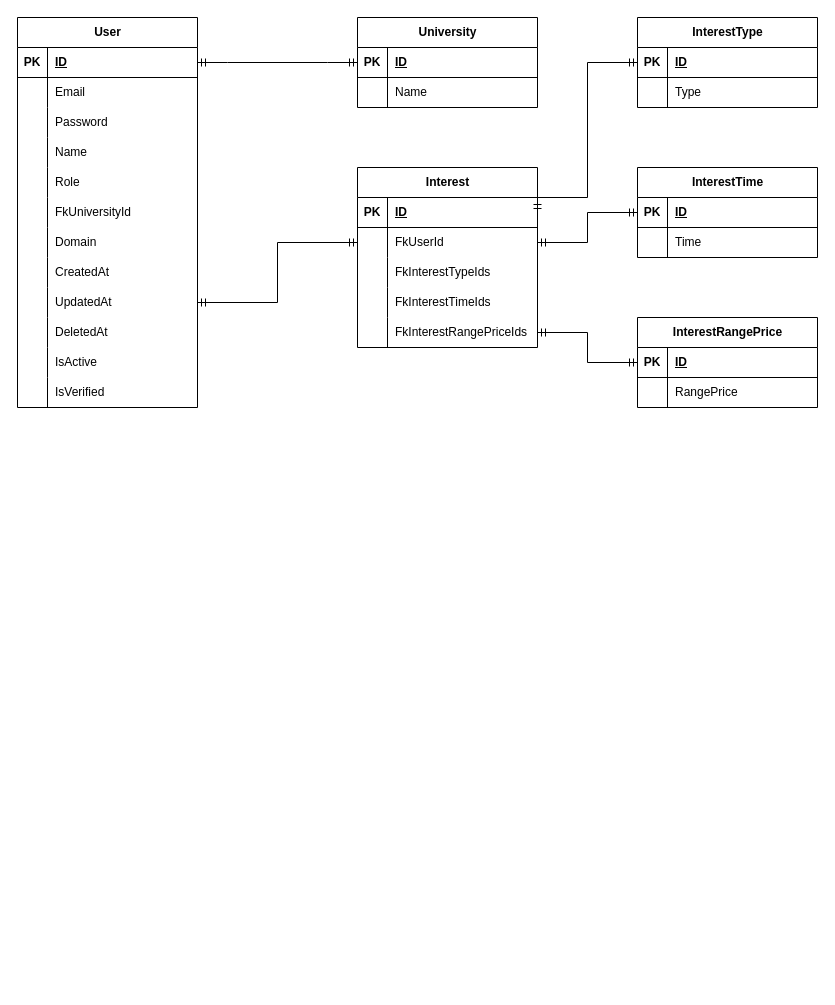
The draw.io diagram compedia.drawio in centwong/Compedia-BE, before the edit. Source tidied: cells renumbered, new cells numbered last; positions are measured from the earlier drawing's top-left corner, leaving out a move shared by most shapes. Both pictures are drawn from the tidied source at 100%, with x=0, y=0 at pixel (17, 17).
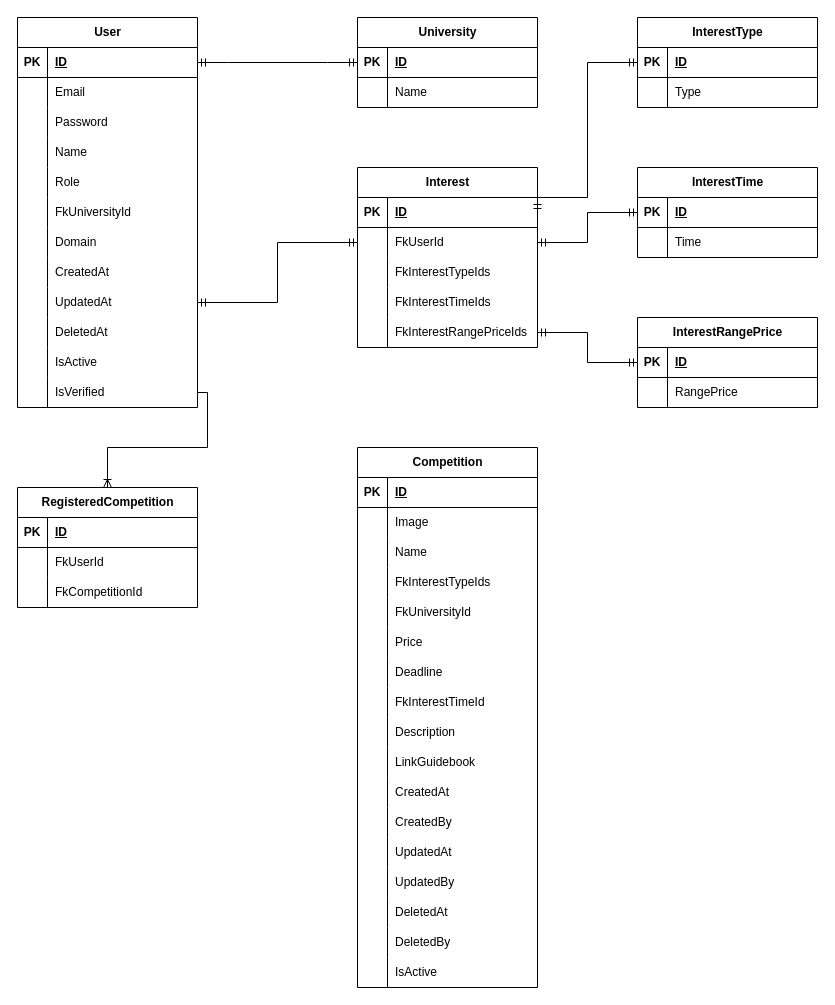
Above is the later version.

The change refers to these unchanged cells:
```xml
<mxCell id="43" style="shape=tableRow;horizontal=0;startSize=0;swimlaneHead=0;swimlaneBody=0;fillColor=none;points=[[0,0.5],[1,0.5]];portConstraint=eastwest;top=0;left=0;right=0;bottom=0;" parent="9" vertex="1">
  <mxGeometry y="360" width="180" height="30" as="geometry" />
</mxCell>
```

Diff of the diagram source:
```diff
@@
+    <mxCell id="88" value="Competition" style="shape=table;startSize=30;childLayout=tableLayout;rowLines=0;fontStyle=1;align=center;html=1;" parent="1" vertex="1">
+      <mxGeometry x="340" y="430" width="180" height="540" as="geometry" />
+    </mxCell>
+    <mxCell id="89" style="shape=tableRow;horizontal=0;startSize=0;swimlaneHead=0;swimlaneBody=0;fillColor=none;top=0;left=0;right=0;bottom=1;" parent="88" vertex="1">
+      <mxGeometry y="30" width="180" height="30" as="geometry" />
+    </mxCell>
+    <mxCell id="90" value="PK" style="shape=partialRectangle;fillColor=none;top=0;left=0;bottom=0;right=0;fontStyle=1;overflow=hidden;whiteSpace=wrap;html=1;" parent="89" vertex="1">
+      <mxGeometry width="30" height="30" as="geometry" />
+    </mxCell>
+    <mxCell id="91" value="ID" style="shape=partialRectangle;fillColor=none;top=0;left=0;bottom=0;right=0;align=left;spacingLeft=6;fontStyle=5;overflow=hidden;whiteSpace=wrap;html=1;" parent="89" vertex="1">
+      <mxGeometry x="30" width="150" height="30" as="geometry" />
+    </mxCell>
+    <mxCell id="92" style="shape=tableRow;horizontal=0;startSize=0;swimlaneHead=0;swimlaneBody=0;fillColor=none;top=0;left=0;right=0;bottom=0;" parent="88" vertex="1">
+      <mxGeometry y="60" width="180" height="30" as="geometry" />
+    </mxCell>
+    <mxCell id="93" style="shape=partialRectangle;fillColor=none;top=0;left=0;bottom=0;right=0;overflow=hidden;whiteSpace=wrap;html=1;" parent="92" vertex="1">
+      <mxGeometry width="30" height="30" as="geometry" />
+    </mxCell>
+    <mxCell id="94" value="Image" style="shape=partialRectangle;fillColor=none;top=0;left=0;bottom=0;right=0;align=left;spacingLeft=6;overflow=hidden;whiteSpace=wrap;html=1;" parent="92" vertex="1">
+      <mxGeometry x="30" width="150" height="30" as="geometry" />
+    </mxCell>
+    <mxCell id="95" style="shape=tableRow;horizontal=0;startSize=0;swimlaneHead=0;swimlaneBody=0;fillColor=none;top=0;left=0;right=0;bottom=0;" parent="88" vertex="1">
+      <mxGeometry y="90" width="180" height="30" as="geometry" />
+    </mxCell>
+    <mxCell id="96" style="shape=partialRectangle;fillColor=none;top=0;left=0;bottom=0;right=0;overflow=hidden;whiteSpace=wrap;html=1;" parent="95" vertex="1">
+      <mxGeometry width="30" height="30" as="geometry" />
+    </mxCell>
+    <mxCell id="97" value="Name" style="shape=partialRectangle;fillColor=none;top=0;left=0;bottom=0;right=0;align=left;spacingLeft=6;overflow=hidden;whiteSpace=wrap;html=1;" parent="95" vertex="1">
+      <mxGeometry x="30" width="150" height="30" as="geometry" />
+    </mxCell>
+    <mxCell id="98" style="shape=tableRow;horizontal=0;startSize=0;swimlaneHead=0;swimlaneBody=0;fillColor=none;top=0;left=0;right=0;bottom=0;" parent="88" vertex="1">
+      <mxGeometry y="120" width="180" height="30" as="geometry" />
+    </mxCell>
+    <mxCell id="99" style="shape=partialRectangle;fillColor=none;top=0;left=0;bottom=0;right=0;overflow=hidden;whiteSpace=wrap;html=1;" parent="98" vertex="1">
+      <mxGeometry width="30" height="30" as="geometry" />
+    </mxCell>
+    <mxCell id="100" value="FkInterestTypeIds" style="shape=partialRectangle;fillColor=none;top=0;left=0;bottom=0;right=0;align=left;spacingLeft=6;overflow=hidden;whiteSpace=wrap;html=1;" parent="98" vertex="1">
+      <mxGeometry x="30" width="150" height="30" as="geometry" />
+    </mxCell>
+    <mxCell id="101" style="shape=tableRow;horizontal=0;startSize=0;swimlaneHead=0;swimlaneBody=0;fillColor=none;top=0;left=0;right=0;bottom=0;" parent="88" vertex="1">
+      <mxGeometry y="150" width="180" height="30" as="geometry" />
+    </mxCell>
+    <mxCell id="102" style="shape=partialRectangle;fillColor=none;top=0;left=0;bottom=0;right=0;overflow=hidden;whiteSpace=wrap;html=1;" parent="101" vertex="1">
+      <mxGeometry width="30" height="30" as="geometry" />
+    </mxCell>
+    <mxCell id="103" value="FkUniversityId" style="shape=partialRectangle;fillColor=none;top=0;left=0;bottom=0;right=0;align=left;spacingLeft=6;overflow=hidden;whiteSpace=wrap;html=1;" parent="101" vertex="1">
+      <mxGeometry x="30" width="150" height="30" as="geometry" />
+    </mxCell>
+    <mxCell id="104" style="shape=tableRow;horizontal=0;startSize=0;swimlaneHead=0;swimlaneBody=0;fillColor=none;top=0;left=0;right=0;bottom=0;" parent="88" vertex="1">
+      <mxGeometry y="180" width="180" height="30" as="geometry" />
+    </mxCell>
+    <mxCell id="105" style="shape=partialRectangle;fillColor=none;top=0;left=0;bottom=0;right=0;overflow=hidden;whiteSpace=wrap;html=1;" parent="104" vertex="1">
+      <mxGeometry width="30" height="30" as="geometry" />
+    </mxCell>
+    <mxCell id="106" value="Price" style="shape=partialRectangle;fillColor=none;top=0;left=0;bottom=0;right=0;align=left;spacingLeft=6;overflow=hidden;whiteSpace=wrap;html=1;" parent="104" vertex="1">
+      <mxGeometry x="30" width="150" height="30" as="geometry" />
+    </mxCell>
+    <mxCell id="107" style="shape=tableRow;horizontal=0;startSize=0;swimlaneHead=0;swimlaneBody=0;fillColor=none;top=0;left=0;right=0;bottom=0;" parent="88" vertex="1">
+      <mxGeometry y="210" width="180" height="30" as="geometry" />
+    </mxCell>
+    <mxCell id="108" style="shape=partialRectangle;fillColor=none;top=0;left=0;bottom=0;right=0;overflow=hidden;whiteSpace=wrap;html=1;" parent="107" vertex="1">
+      <mxGeometry width="30" height="30" as="geometry" />
+    </mxCell>
+    <mxCell id="109" value="Deadline" style="shape=partialRectangle;fillColor=none;top=0;left=0;bottom=0;right=0;align=left;spacingLeft=6;overflow=hidden;whiteSpace=wrap;html=1;" parent="107" vertex="1">
+      <mxGeometry x="30" width="150" height="30" as="geometry" />
+    </mxCell>
+    <mxCell id="110" style="shape=tableRow;horizontal=0;startSize=0;swimlaneHead=0;swimlaneBody=0;fillColor=none;top=0;left=0;right=0;bottom=0;" parent="88" vertex="1">
+      <mxGeometry y="240" width="180" height="30" as="geometry" />
+    </mxCell>
+    <mxCell id="111" style="shape=partialRectangle;fillColor=none;top=0;left=0;bottom=0;right=0;overflow=hidden;whiteSpace=wrap;html=1;" parent="110" vertex="1">
+      <mxGeometry width="30" height="30" as="geometry" />
+    </mxCell>
+    <mxCell id="112" value="FkInterestTimeId" style="shape=partialRectangle;fillColor=none;top=0;left=0;bottom=0;right=0;align=left;spacingLeft=6;overflow=hidden;whiteSpace=wrap;html=1;" parent="110" vertex="1">
+      <mxGeometry x="30" width="150" height="30" as="geometry" />
+    </mxCell>
+    <mxCell id="113" style="shape=tableRow;horizontal=0;startSize=0;swimlaneHead=0;swimlaneBody=0;fillColor=none;top=0;left=0;right=0;bottom=0;" parent="88" vertex="1">
+      <mxGeometry y="270" width="180" height="30" as="geometry" />
+    </mxCell>
+    <mxCell id="114" style="shape=partialRectangle;fillColor=none;top=0;left=0;bottom=0;right=0;overflow=hidden;whiteSpace=wrap;html=1;" parent="113" vertex="1">
+      <mxGeometry width="30" height="30" as="geometry" />
+    </mxCell>
+    <mxCell id="115" value="Description" style="shape=partialRectangle;fillColor=none;top=0;left=0;bottom=0;right=0;align=left;spacingLeft=6;overflow=hidden;whiteSpace=wrap;html=1;" parent="113" vertex="1">
+      <mxGeometry x="30" width="150" height="30" as="geometry" />
+    </mxCell>
+    <mxCell id="116" style="shape=tableRow;horizontal=0;startSize=0;swimlaneHead=0;swimlaneBody=0;fillColor=none;top=0;left=0;right=0;bottom=0;" parent="88" vertex="1">
+      <mxGeometry y="300" width="180" height="30" as="geometry" />
+    </mxCell>
+    <mxCell id="117" style="shape=partialRectangle;fillColor=none;top=0;left=0;bottom=0;right=0;overflow=hidden;whiteSpace=wrap;html=1;" parent="116" vertex="1">
+      <mxGeometry width="30" height="30" as="geometry" />
+    </mxCell>
+    <mxCell id="118" value="LinkGuidebook" style="shape=partialRectangle;fillColor=none;top=0;left=0;bottom=0;right=0;align=left;spacingLeft=6;overflow=hidden;whiteSpace=wrap;html=1;" parent="116" vertex="1">
+      <mxGeometry x="30" width="150" height="30" as="geometry" />
+    </mxCell>
+    <mxCell id="119" style="shape=tableRow;horizontal=0;startSize=0;swimlaneHead=0;swimlaneBody=0;fillColor=none;top=0;left=0;right=0;bottom=0;" parent="88" vertex="1">
+      <mxGeometry y="330" width="180" height="30" as="geometry" />
+    </mxCell>
+    <mxCell id="120" style="shape=partialRectangle;fillColor=none;top=0;left=0;bottom=0;right=0;overflow=hidden;whiteSpace=wrap;html=1;" parent="119" vertex="1">
+      <mxGeometry width="30" height="30" as="geometry" />
+    </mxCell>
+    <mxCell id="121" value="CreatedAt" style="shape=partialRectangle;fillColor=none;top=0;left=0;bottom=0;right=0;align=left;spacingLeft=6;overflow=hidden;whiteSpace=wrap;html=1;" parent="119" vertex="1">
+      <mxGeometry x="30" width="150" height="30" as="geometry" />
+    </mxCell>
+    <mxCell id="122" style="shape=tableRow;horizontal=0;startSize=0;swimlaneHead=0;swimlaneBody=0;fillColor=none;top=0;left=0;right=0;bottom=0;" parent="88" vertex="1">
+      <mxGeometry y="360" width="180" height="30" as="geometry" />
+    </mxCell>
+    <mxCell id="123" style="shape=partialRectangle;fillColor=none;top=0;left=0;bottom=0;right=0;overflow=hidden;whiteSpace=wrap;html=1;" parent="122" vertex="1">
+      <mxGeometry width="30" height="30" as="geometry" />
+    </mxCell>
+    <mxCell id="124" value="CreatedBy" style="shape=partialRectangle;fillColor=none;top=0;left=0;bottom=0;right=0;align=left;spacingLeft=6;overflow=hidden;whiteSpace=wrap;html=1;" parent="122" vertex="1">
+      <mxGeometry x="30" width="150" height="30" as="geometry" />
+    </mxCell>
+    <mxCell id="125" style="shape=tableRow;horizontal=0;startSize=0;swimlaneHead=0;swimlaneBody=0;fillColor=none;top=0;left=0;right=0;bottom=0;" parent="88" vertex="1">
+      <mxGeometry y="390" width="180" height="30" as="geometry" />
+    </mxCell>
+    <mxCell id="126" style="shape=partialRectangle;fillColor=none;top=0;left=0;bottom=0;right=0;overflow=hidden;whiteSpace=wrap;html=1;" parent="125" vertex="1">
+      <mxGeometry width="30" height="30" as="geometry" />
+    </mxCell>
+    <mxCell id="127" value="UpdatedAt" style="shape=partialRectangle;fillColor=none;top=0;left=0;bottom=0;right=0;align=left;spacingLeft=6;overflow=hidden;whiteSpace=wrap;html=1;" parent="125" vertex="1">
+      <mxGeometry x="30" width="150" height="30" as="geometry" />
+    </mxCell>
+    <mxCell id="128" style="shape=tableRow;horizontal=0;startSize=0;swimlaneHead=0;swimlaneBody=0;fillColor=none;top=0;left=0;right=0;bottom=0;" parent="88" vertex="1">
+      <mxGeometry y="420" width="180" height="30" as="geometry" />
+    </mxCell>
+    <mxCell id="129" style="shape=partialRectangle;fillColor=none;top=0;left=0;bottom=0;right=0;overflow=hidden;whiteSpace=wrap;html=1;" parent="128" vertex="1">
+      <mxGeometry width="30" height="30" as="geometry" />
+    </mxCell>
+    <mxCell id="130" value="UpdatedBy" style="shape=partialRectangle;fillColor=none;top=0;left=0;bottom=0;right=0;align=left;spacingLeft=6;overflow=hidden;whiteSpace=wrap;html=1;" parent="128" vertex="1">
+      <mxGeometry x="30" width="150" height="30" as="geometry" />
+    </mxCell>
+    <mxCell id="131" style="shape=tableRow;horizontal=0;startSize=0;swimlaneHead=0;swimlaneBody=0;fillColor=none;top=0;left=0;right=0;bottom=0;" parent="88" vertex="1">
+      <mxGeometry y="450" width="180" height="30" as="geometry" />
+    </mxCell>
+    <mxCell id="132" style="shape=partialRectangle;fillColor=none;top=0;left=0;bottom=0;right=0;overflow=hidden;whiteSpace=wrap;html=1;" parent="131" vertex="1">
+      <mxGeometry width="30" height="30" as="geometry" />
+    </mxCell>
+    <mxCell id="133" value="DeletedAt" style="shape=partialRectangle;fillColor=none;top=0;left=0;bottom=0;right=0;align=left;spacingLeft=6;overflow=hidden;whiteSpace=wrap;html=1;" parent="131" vertex="1">
+      <mxGeometry x="30" width="150" height="30" as="geometry" />
+    </mxCell>
+    <mxCell id="134" style="shape=tableRow;horizontal=0;startSize=0;swimlaneHead=0;swimlaneBody=0;fillColor=none;top=0;left=0;right=0;bottom=0;" parent="88" vertex="1">
+      <mxGeometry y="480" width="180" height="30" as="geometry" />
+    </mxCell>
+    <mxCell id="135" style="shape=partialRectangle;fillColor=none;top=0;left=0;bottom=0;right=0;overflow=hidden;whiteSpace=wrap;html=1;" parent="134" vertex="1">
+      <mxGeometry width="30" height="30" as="geometry" />
+    </mxCell>
+    <mxCell id="136" value="DeletedBy" style="shape=partialRectangle;fillColor=none;top=0;left=0;bottom=0;right=0;align=left;spacingLeft=6;overflow=hidden;whiteSpace=wrap;html=1;" parent="134" vertex="1">
+      <mxGeometry x="30" width="150" height="30" as="geometry" />
+    </mxCell>
+    <mxCell id="137" style="shape=tableRow;horizontal=0;startSize=0;swimlaneHead=0;swimlaneBody=0;fillColor=none;top=0;left=0;right=0;bottom=0;" parent="88" vertex="1">
+      <mxGeometry y="510" width="180" height="30" as="geometry" />
+    </mxCell>
+    <mxCell id="138" style="shape=partialRectangle;fillColor=none;top=0;left=0;bottom=0;right=0;overflow=hidden;whiteSpace=wrap;html=1;" parent="137" vertex="1">
+      <mxGeometry width="30" height="30" as="geometry" />
+    </mxCell>
+    <mxCell id="139" value="IsActive" style="shape=partialRectangle;fillColor=none;top=0;left=0;bottom=0;right=0;align=left;spacingLeft=6;overflow=hidden;whiteSpace=wrap;html=1;" parent="137" vertex="1">
+      <mxGeometry x="30" width="150" height="30" as="geometry" />
+    </mxCell>
+    <mxCell id="140" value="RegisteredCompetition" style="shape=table;startSize=30;childLayout=tableLayout;rowLines=0;fontStyle=1;align=center;html=1;" parent="1" vertex="1">
+      <mxGeometry y="470" width="180" height="120" as="geometry" />
+    </mxCell>
+    <mxCell id="141" style="shape=tableRow;horizontal=0;startSize=0;swimlaneHead=0;swimlaneBody=0;fillColor=none;top=0;left=0;right=0;bottom=1;" parent="140" vertex="1">
+      <mxGeometry y="30" width="180" height="30" as="geometry" />
+    </mxCell>
+    <mxCell id="142" value="PK" style="shape=partialRectangle;fillColor=none;top=0;left=0;bottom=0;right=0;fontStyle=1;overflow=hidden;whiteSpace=wrap;html=1;" parent="141" vertex="1">
+      <mxGeometry width="30" height="30" as="geometry" />
+    </mxCell>
+    <mxCell id="143" value="ID" style="shape=partialRectangle;fillColor=none;top=0;left=0;bottom=0;right=0;align=left;spacingLeft=6;fontStyle=5;overflow=hidden;whiteSpace=wrap;html=1;" parent="141" vertex="1">
+      <mxGeometry x="30" width="150" height="30" as="geometry" />
+    </mxCell>
+    <mxCell id="144" style="shape=tableRow;horizontal=0;startSize=0;swimlaneHead=0;swimlaneBody=0;fillColor=none;top=0;left=0;right=0;bottom=0;" parent="140" vertex="1">
+      <mxGeometry y="60" width="180" height="30" as="geometry" />
+    </mxCell>
+    <mxCell id="145" style="shape=partialRectangle;fillColor=none;top=0;left=0;bottom=0;right=0;overflow=hidden;whiteSpace=wrap;html=1;" parent="144" vertex="1">
+      <mxGeometry width="30" height="30" as="geometry" />
+    </mxCell>
+    <mxCell id="146" value="FkUserId" style="shape=partialRectangle;fillColor=none;top=0;left=0;bottom=0;right=0;align=left;spacingLeft=6;overflow=hidden;whiteSpace=wrap;html=1;" parent="144" vertex="1">
+      <mxGeometry x="30" width="150" height="30" as="geometry" />
+    </mxCell>
+    <mxCell id="147" style="shape=tableRow;horizontal=0;startSize=0;swimlaneHead=0;swimlaneBody=0;fillColor=none;top=0;left=0;right=0;bottom=0;" parent="140" vertex="1">
+      <mxGeometry y="90" width="180" height="30" as="geometry" />
+    </mxCell>
+    <mxCell id="148" style="shape=partialRectangle;fillColor=none;top=0;left=0;bottom=0;right=0;overflow=hidden;whiteSpace=wrap;html=1;" parent="147" vertex="1">
+      <mxGeometry width="30" height="30" as="geometry" />
+    </mxCell>
+    <mxCell id="149" value="FkCompetitionId" style="shape=partialRectangle;fillColor=none;top=0;left=0;bottom=0;right=0;align=left;spacingLeft=6;overflow=hidden;whiteSpace=wrap;html=1;" parent="147" vertex="1">
+      <mxGeometry x="30" width="150" height="30" as="geometry" />
+    </mxCell>
+    <mxCell id="150" style="edgeStyle=orthogonalEdgeStyle;fontSize=12;html=1;endArrow=ERoneToMany;rounded=0;exitX=1;exitY=0.5;exitDx=0;exitDy=0;entryX=0.5;entryY=0;entryDx=0;entryDy=0;" parent="1" edge="1" source="43" target="140">
+      <mxGeometry relative="1" as="geometry" />
+    </mxCell>
```
